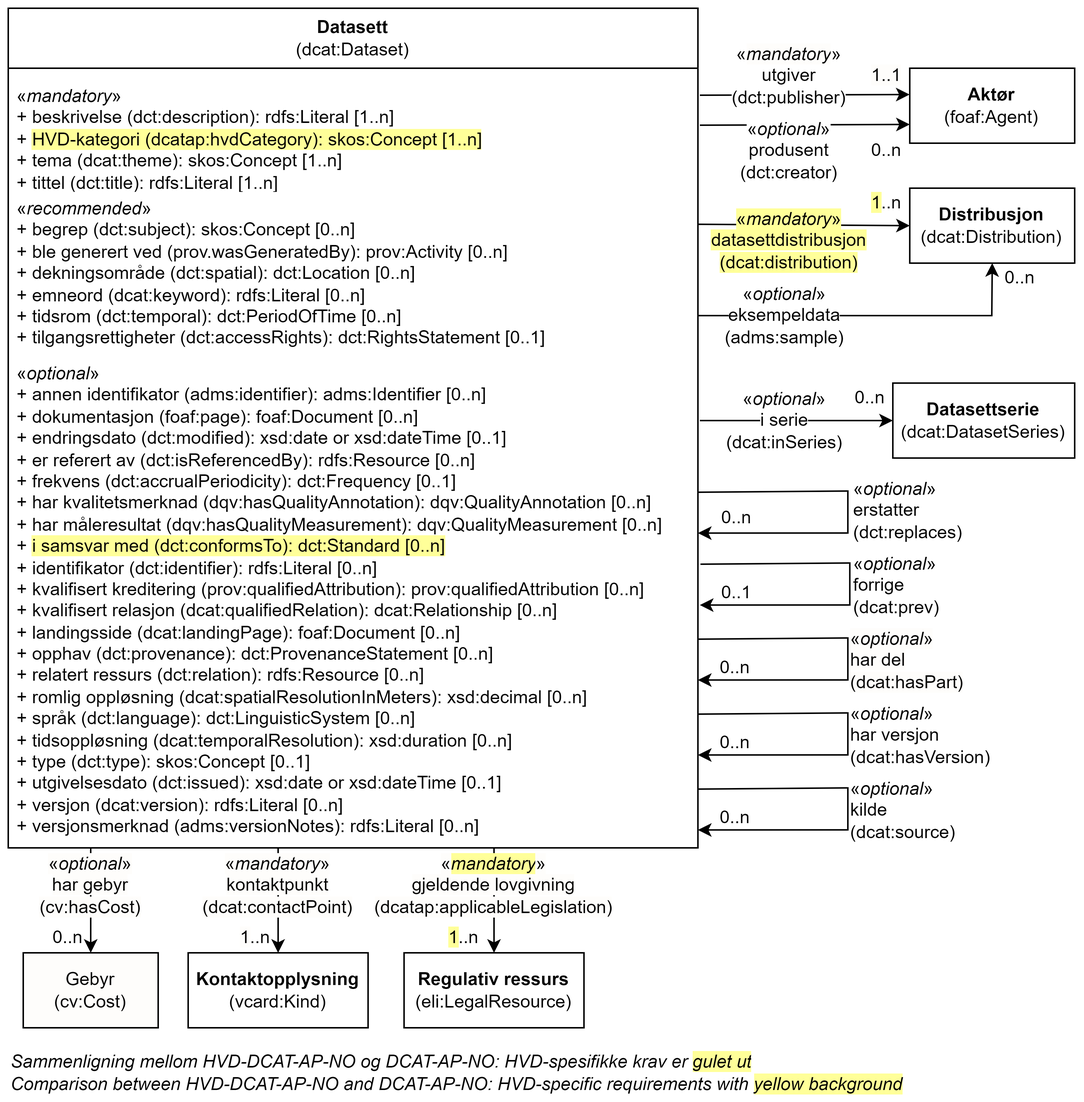
Before: docs/images/Klassen-Datasett.png, a diagram exported from draw.io (Informasjonsforvaltning/hvd-dcat-ap-no). Source tidied: cells renumbered, new cells last; positions are measured from the earlier drawing's top-left corner, leaving out a move shared by most shapes.
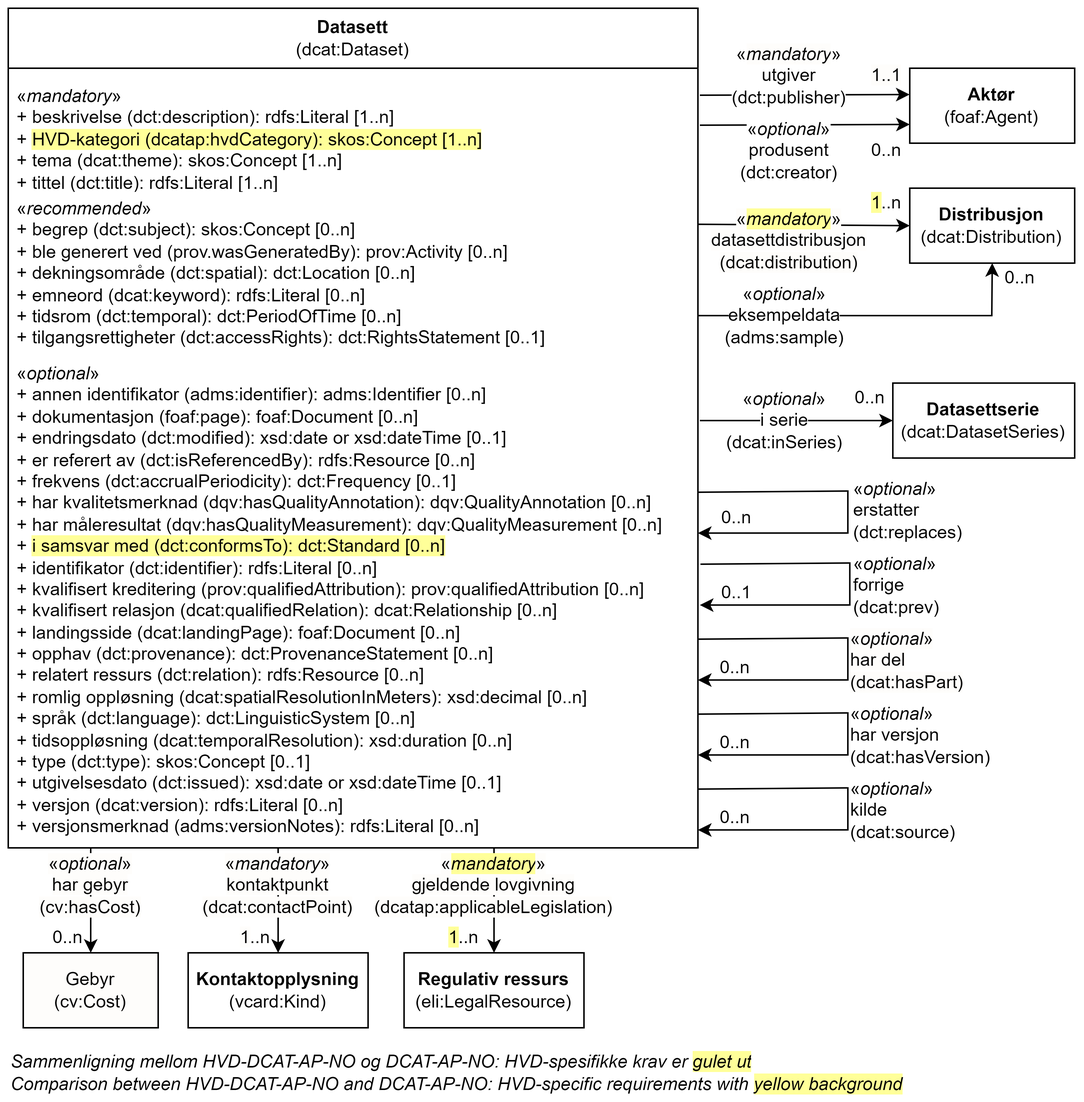
The same file after the commit.

Commit message:
Oppdaterer Datasett

Diff of the diagram source:
```diff
@@ -65,7 +65,7 @@
         <mxPoint x="460" y="144.1" as="sourcePoint" />
       </mxGeometry>
     </mxCell>
-    <mxCell id="21" value="&lt;span style=&quot;background-color: rgb(255, 255, 153);&quot;&gt;«&lt;i style=&quot;border-color: var(--border-color); text-align: left;&quot;&gt;mandatory&lt;/i&gt;&lt;span style=&quot;text-align: left;&quot;&gt;»&lt;br&gt;&lt;/span&gt;datasettdistribusjon&lt;br&gt;(dcat:distribution)&lt;/span&gt;" style="text;html=1;strokeColor=none;fillColor=none;align=center;verticalAlign=middle;whiteSpace=wrap;rounded=0;" parent="1" vertex="1">
+    <mxCell id="21" value="&lt;span style=&quot;background-color: rgb(254, 253, 251);&quot;&gt;«&lt;/span&gt;&lt;i style=&quot;border-color: var(--border-color); text-align: left; background-color: rgb(255, 255, 153);&quot;&gt;mandatory&lt;/i&gt;&lt;span style=&quot;background-color: rgb(254, 253, 251); text-align: left;&quot;&gt;»&lt;br&gt;&lt;/span&gt;&lt;span style=&quot;background-color: rgb(254, 253, 251);&quot;&gt;datasettdistribusjon&lt;/span&gt;&lt;br&gt;&lt;span style=&quot;background-color: rgb(254, 253, 251);&quot;&gt;(dcat:distribution)&lt;/span&gt;" style="text;html=1;strokeColor=none;fillColor=none;align=center;verticalAlign=middle;whiteSpace=wrap;rounded=0;" parent="1" vertex="1">
       <mxGeometry x="491.3" y="140" width="60" height="30" as="geometry" />
     </mxCell>
     <mxCell id="22" value="&lt;span style=&quot;background-color: rgb(255, 255, 153);&quot;&gt;1&lt;/span&gt;..n" style="text;html=1;strokeColor=none;fillColor=none;align=center;verticalAlign=middle;whiteSpace=wrap;rounded=0;" parent="1" vertex="1">
```
